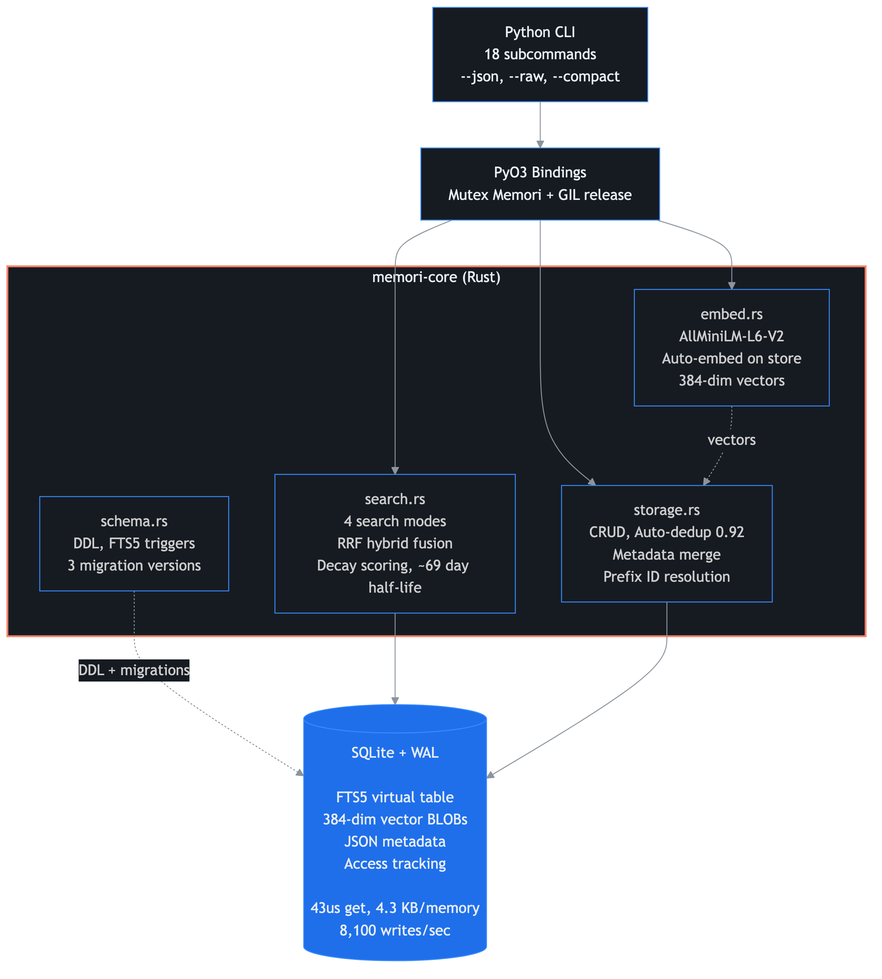
Above: docs/architecture-engine.png in archit15singh/memori (Mermaid), before the change. Its source is kept beside it as docs/architecture-engine.mmd.
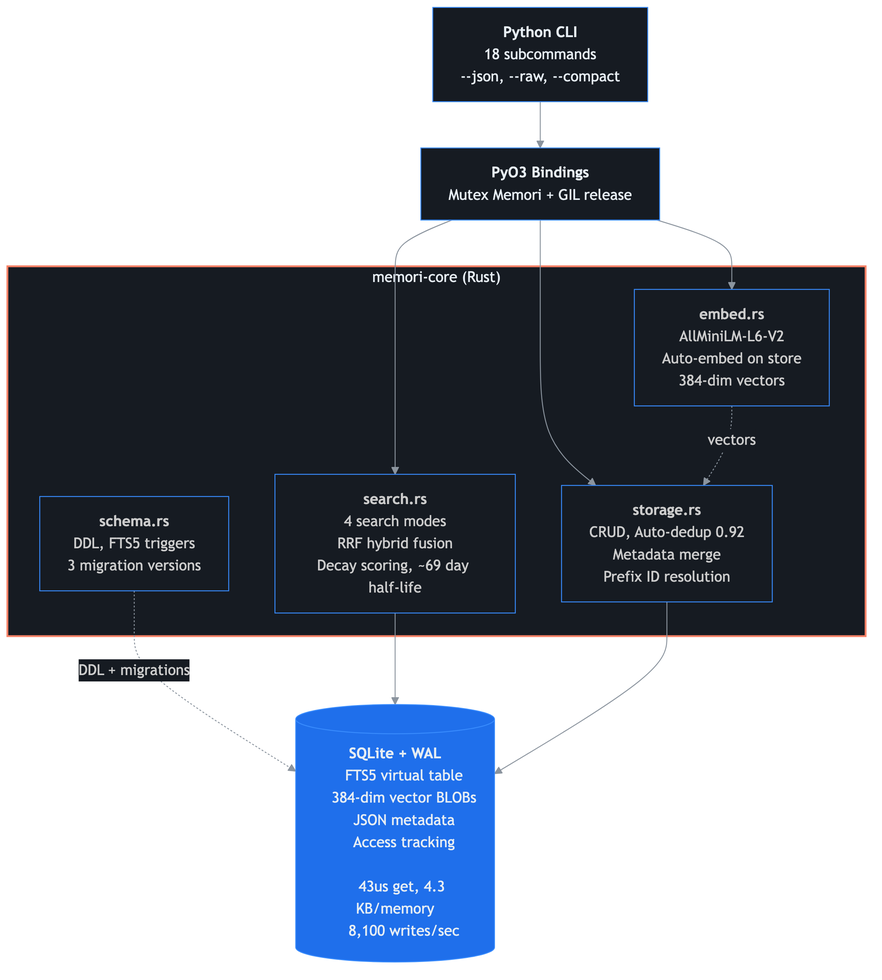
Later version of the same file.

Commit message:
fix: use mermaid markdown string syntax for proper line breaks in diagrams

Diff of the diagram source:
```diff
@@ -1,25 +1,47 @@
-%%{init: {'theme': 'dark', 'themeVariables': {'primaryColor': '#1f6feb', 'primaryTextColor': '#e6edf3', 'primaryBorderColor': '#388bfd', 'lineColor': '#8b949e', 'secondaryColor': '#161b22', 'tertiaryColor': '#0d1117', 'background': '#0d1117', 'mainBkg': '#161b22', 'nodeBorder': '#388bfd', 'clusterBkg': '#161b2299', 'clusterBorder': '#30363d', 'titleColor': '#e6edf3', 'edgeLabelBackground': '#161b22', 'fontSize': '16px'}}}%%
+%%{init: {'theme': 'dark', 'flowchart': {'htmlLabels': true}, 'themeVariables': {'primaryColor': '#1f6feb', 'primaryTextColor': '#e6edf3', 'primaryBorderColor': '#388bfd', 'lineColor': '#8b949e', 'secondaryColor': '#161b22', 'tertiaryColor': '#0d1117', 'background': '#0d1117', 'mainBkg': '#161b22', 'nodeBorder': '#388bfd', 'clusterBkg': '#161b2299', 'clusterBorder': '#30363d', 'titleColor': '#e6edf3', 'edgeLabelBackground': '#161b22', 'fontSize': '16px'}}}%%
 
 flowchart TB
-    CLI["Python CLI<br/>18 subcommands<br/>--json, --raw, --compact"]
-    PYO3["PyO3 Bindings<br/>Mutex Memori + GIL release"]
+    CLI["`**Python CLI**
+    18 subcommands
+    --json, --raw, --compact`"]
+    PYO3["`**PyO3 Bindings**
+    Mutex Memori + GIL release`"]
 
     subgraph CORE["memori-core  (Rust)"]
         direction TB
-        SEARCH["search.rs<br/>4 search modes<br/>RRF hybrid fusion<br/>Decay scoring, ~69 day half-life"]
-        STORAGE["storage.rs<br/>CRUD, Auto-dedup 0.92<br/>Metadata merge<br/>Prefix ID resolution"]
-        EMBED["embed.rs<br/>AllMiniLM-L6-V2<br/>Auto-embed on store<br/>384-dim vectors"]
-        SCHEMA["schema.rs<br/>DDL, FTS5 triggers<br/>3 migration versions"]
+        SEARCH["`**search.rs**
+        4 search modes
+        RRF hybrid fusion
+        Decay scoring, ~69 day half-life`"]
+        STORAGE["`**storage.rs**
+        CRUD, Auto-dedup 0.92
+        Metadata merge
+        Prefix ID resolution`"]
+        EMBED["`**embed.rs**
+        AllMiniLM-L6-V2
+        Auto-embed on store
+        384-dim vectors`"]
+        SCHEMA["`**schema.rs**
+        DDL, FTS5 triggers
+        3 migration versions`"]
     end
 
-    DB[("SQLite + WAL<br/><br/>FTS5 virtual table<br/>384-dim vector BLOBs<br/>JSON metadata<br/>Access tracking<br/><br/>43us get, 4.3 KB/memory<br/>8,100 writes/sec")]
+    DB[("`**SQLite + WAL**
+
+    FTS5 virtual table
+    384-dim vector BLOBs
+    JSON metadata
+    Access tracking
+
+    43us get, 4.3 KB/memory
+    8,100 writes/sec`")]
 
     CLI --> PYO3
     PYO3 --> SEARCH
     PYO3 --> STORAGE
     PYO3 --> EMBED
-    EMBED -.->|"vectors"| STORAGE
-    SCHEMA -.->|"DDL + migrations"| DB
+    EMBED -.->|vectors| STORAGE
+    SCHEMA -.->|DDL + migrations| DB
     SEARCH --> DB
     STORAGE --> DB
 
```
